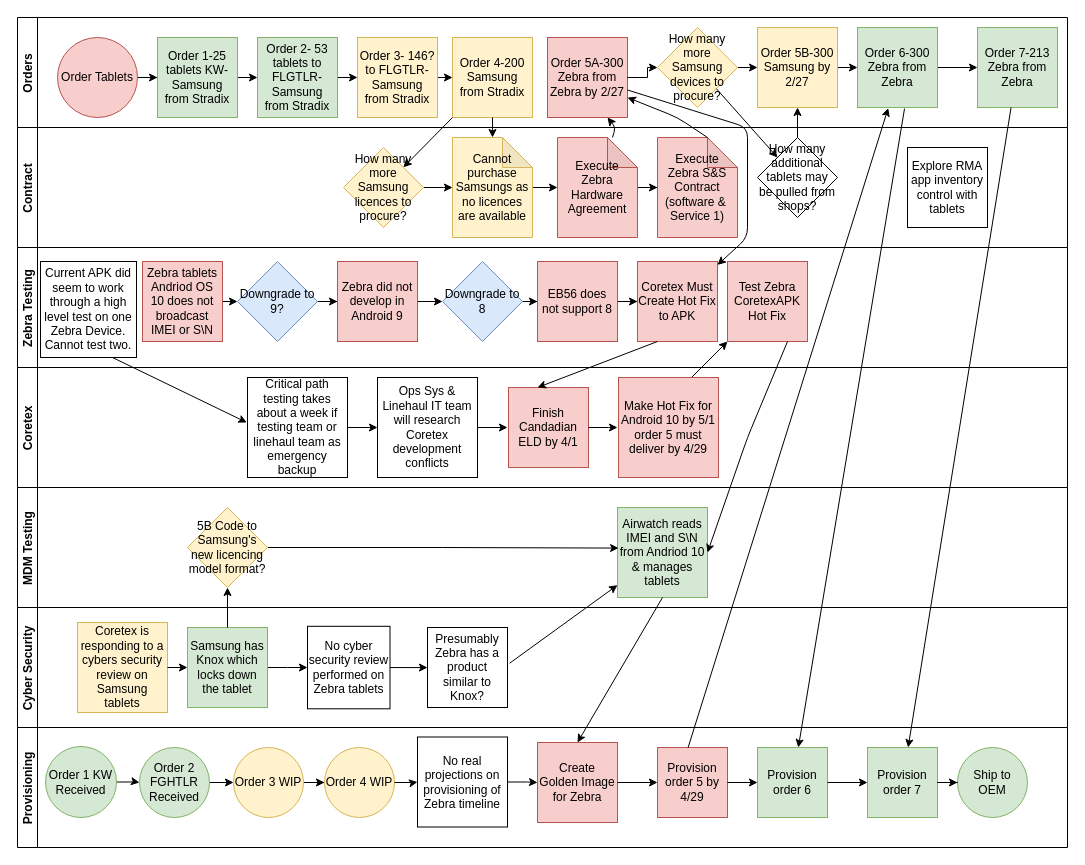
Before: Tablet Orders.drawio in RustyTruck/plc4trucksduck, a draw.io diagram. Source tidied: cells renumbered, new cells numbered last; positions are measured from the earlier drawing's top-left corner, leaving out a move shared by most shapes. Both pictures are drawn from the tidied source at 100%, with x=0, y=0 at pixel (17, 17).
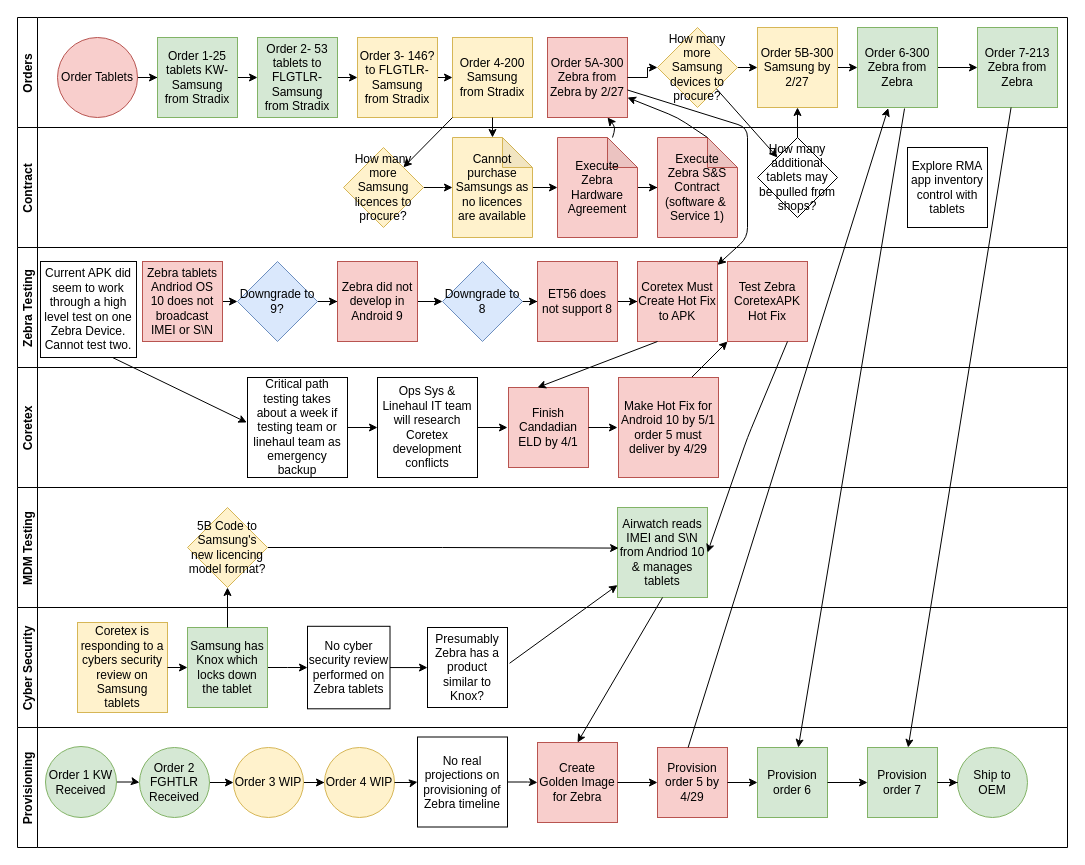
The same page after the edit.

Unchanged cells that the change refers to:
```xml
<mxCell id="21" value="Zebra Testing" style="swimlane;startSize=20;horizontal=0;" parent="1" vertex="1">
  <mxGeometry y="230" width="1050" height="120" as="geometry" />
</mxCell>
```

What changed in the source:
```diff
@@
-    <mxCell id="31" value="EB56 does not support 8" style="whiteSpace=wrap;html=1;rounded=0;fillColor=#f8cecc;strokeColor=#b85450;" parent="21" vertex="1">
+    <mxCell id="31" value="ET56 does not support 8" style="whiteSpace=wrap;html=1;rounded=0;fillColor=#f8cecc;strokeColor=#b85450;" parent="21" vertex="1">
       <mxGeometry x="520" y="14" width="80" height="80" as="geometry" />
     </mxCell>
```
